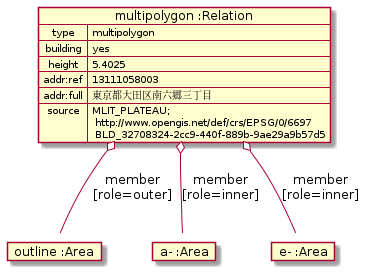
The PlantUML diagram doc/building/InnerBuilding.png in yuuhayashi/citygml-osm, before a commit. Source of this version:
```plantuml
@startuml
map "multipolygon :Relation" as multipolygon {
 type => multipolygon
 building => yes
 height => 5.4025
 addr:ref => 13111058003
 addr:full => 東京都大田区南六郷三丁目
 source => MLIT_PLATEAU;\n http://www.opengis.net/def/crs/EPSG/0/6697\n BLD_32708324-2cc9-440f-889b-9ae29a9b57d5
}

map "outline :Area" as outer {
}

map "a- :Area" as a {
}
map "e- :Area" as e {
}

multipolygon o-- outer : member\n[role=outer]
multipolygon o-- a : member\n[role=inner]
multipolygon o-- e : member\n[role=inner]
@enduml
```
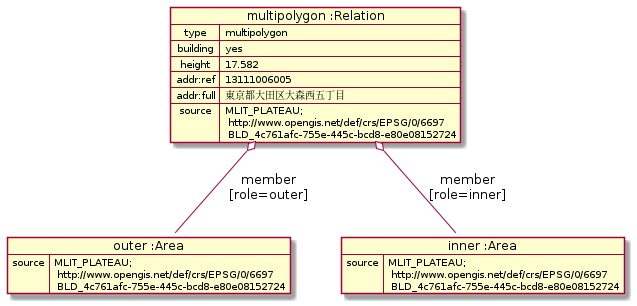
The same diagram one commit later.

What changed in the source:
```diff
@@ -2,21 +2,18 @@
 map "multipolygon :Relation" as multipolygon {
  type => multipolygon
  building => yes
- height => 5.4025
- addr:ref => 13111058003
- addr:full => 東京都大田区南六郷三丁目
- source => MLIT_PLATEAU;\n http://www.opengis.net/def/crs/EPSG/0/6697\n BLD_32708324-2cc9-440f-889b-9ae29a9b57d5
+ height => 17.582
+ addr:ref => 13111006005
+ addr:full => 東京都大田区大森西五丁目
+ source => MLIT_PLATEAU;\n http://www.opengis.net/def/crs/EPSG/0/6697\n BLD_4c761afc-755e-445c-bcd8-e80e08152724
 }
-
-map "outline :Area" as outer {
+map "outer :Area" as outer {
+ source => MLIT_PLATEAU;\n http://www.opengis.net/def/crs/EPSG/0/6697\n BLD_4c761afc-755e-445c-bcd8-e80e08152724
 }
-
-map "a- :Area" as a {
-}
-map "e- :Area" as e {
+map "inner :Area" as a {
+ source => MLIT_PLATEAU;\n http://www.opengis.net/def/crs/EPSG/0/6697\n BLD_4c761afc-755e-445c-bcd8-e80e08152724
 }
 
 multipolygon o-- outer : member\n[role=outer]
 multipolygon o-- a : member\n[role=inner]
-multipolygon o-- e : member\n[role=inner]
 @enduml
```
